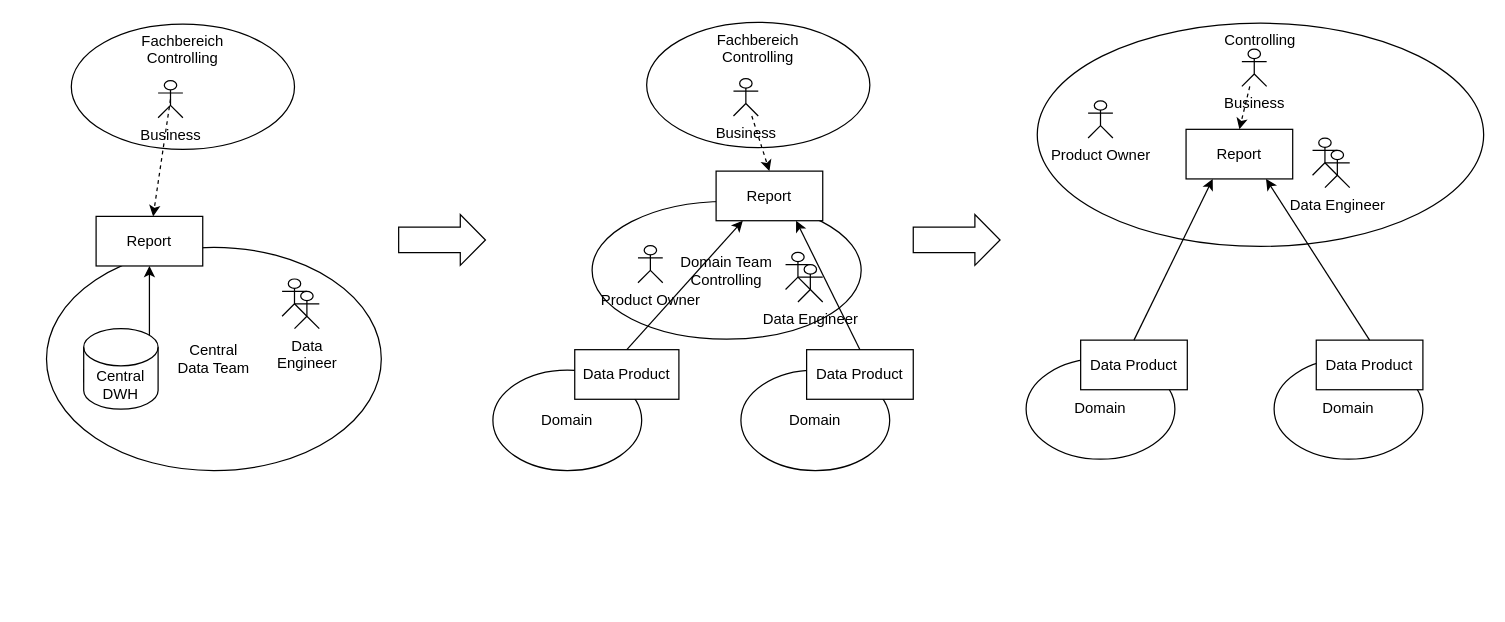
Above: diagrams/newdomainteam.drawio in datamesh-architecture/datamesh-architecture.com (draw.io), before the change. Source tidied: cells renumbered, new cells numbered last; positions are measured from the earlier drawing's top-left corner, leaving out a move shared by most shapes. Both pictures are drawn from the tidied source at 124%, with x=0, y=0 at pixel (46, 21).
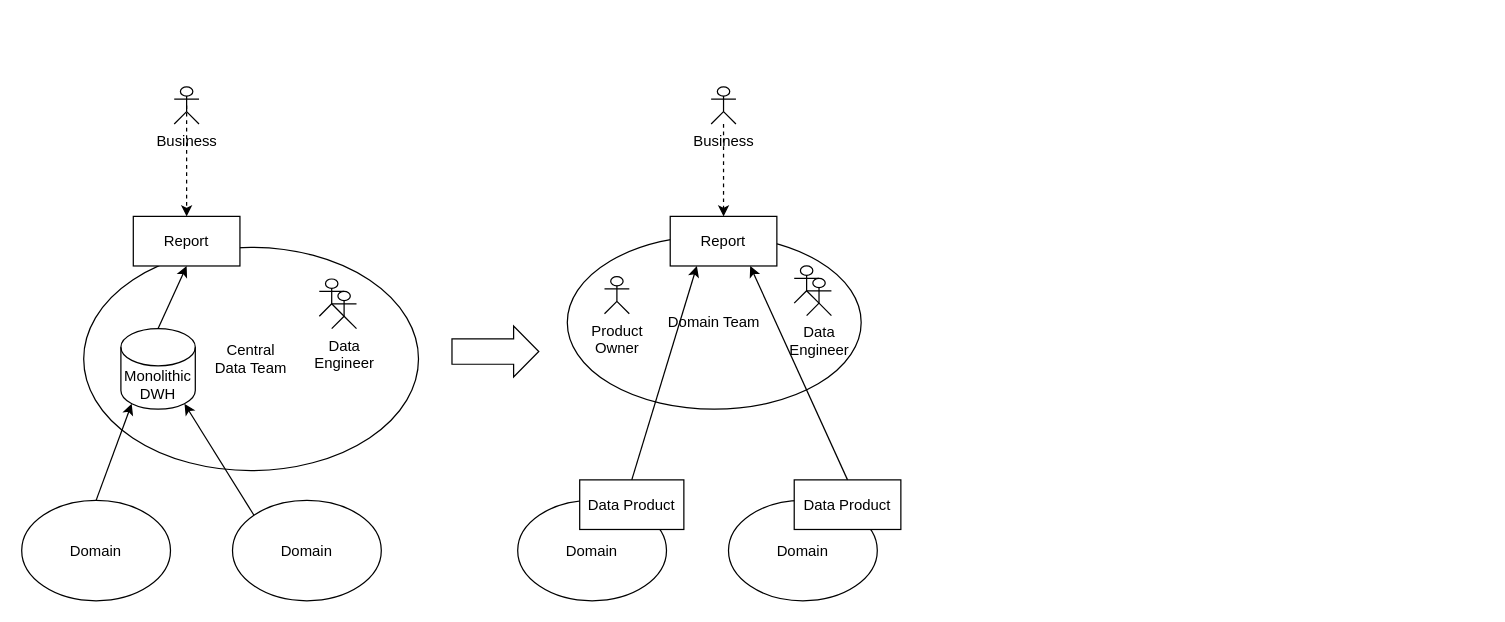
The same diagram, later.

Diff of the diagram source:
```diff
@@
-    <mxCell id="2" value="Fachbereich &lt;br&gt;Controlling" style="ellipse;whiteSpace=wrap;html=1;verticalAlign=top;" parent="1" vertex="1">
-      <mxGeometry x="484" y="0.5" width="180" height="101" as="geometry" />
-    </mxCell>
-    <mxCell id="3" value="Domain Team&lt;br&gt;Controlling" style="ellipse;whiteSpace=wrap;html=1;verticalAlign=middle;" parent="1" vertex="1">
-      <mxGeometry x="440" y="145" width="217" height="111" as="geometry" />
+    <mxCell id="3" value="Domain Team" style="ellipse;whiteSpace=wrap;html=1;verticalAlign=middle;" parent="1" vertex="1">
+      <mxGeometry x="420" y="172.5" width="237" height="140" as="geometry" />
     </mxCell>
     <mxCell id="4" value="Central &lt;br&gt;Data Team" style="ellipse;whiteSpace=wrap;html=1;" parent="1" vertex="1">
-      <mxGeometry y="182" width="270" height="180" as="geometry" />
+      <mxGeometry x="30" y="182" width="270" height="180" as="geometry" />
     </mxCell>
-    <mxCell id="5" value="Controlling" style="ellipse;whiteSpace=wrap;html=1;verticalAlign=top;" parent="1" vertex="1">
-      <mxGeometry x="799" y="1.2" width="360" height="180" as="geometry" />
-    </mxCell>
     <mxCell id="6" style="shape=singleArrow;whiteSpace=wrap;html=1;arrowWidth=0.5;arrowSize=0.29;" parent="1" vertex="1">
-      <mxGeometry x="284" y="155.5" width="70" height="41" as="geometry" />
+      <mxGeometry x="327" y="245.5" width="70" height="41" as="geometry" />
     </mxCell>
     <mxCell id="7" style="shape=umlActor;verticalLabelPosition=bottom;verticalAlign=top;html=1;" parent="1" vertex="1">
-      <mxGeometry x="190" y="207.5" width="20" height="30" as="geometry" />
+      <mxGeometry x="220" y="207.5" width="20" height="30" as="geometry" />
     </mxCell>
     <mxCell id="8" value="Data &lt;br&gt;Engineer" style="shape=umlActor;verticalLabelPosition=bottom;verticalAlign=top;html=1;" parent="1" vertex="1">
-      <mxGeometry x="200" y="217.5" width="20" height="30" as="geometry" />
+      <mxGeometry x="230" y="217.5" width="20" height="30" as="geometry" />
     </mxCell>
-    <mxCell id="9" value="Fachbereich &lt;br&gt;Controlling" style="ellipse;whiteSpace=wrap;html=1;verticalAlign=top;" parent="1" vertex="1">
-      <mxGeometry x="20" y="2" width="180" height="101" as="geometry" />
-    </mxCell>
-    <mxCell id="10" style="edgeStyle=orthogonalEdgeStyle;rounded=0;jettySize=auto;html=1;exitX=0;exitY=0.5;exitDx=0;exitDy=0;exitPerimeter=0;entryX=0.5;entryY=1;entryDx=0;entryDy=0;" parent="1" edge="1" source="13" target="11">
-      <mxGeometry relative="1" as="geometry">
-        <Array as="points">
-          <mxPoint x="83" y="290.5" />
-        </Array>
-      </mxGeometry>
+    <mxCell id="10" style="rounded=0;jettySize=auto;html=1;exitX=0.5;exitY=0;exitDx=0;exitDy=0;exitPerimeter=0;entryX=0.5;entryY=1;entryDx=0;entryDy=0;" parent="1" edge="1" source="13" target="11">
+      <mxGeometry relative="1" as="geometry" />
     </mxCell>
     <mxCell id="11" value="Report" style="rounded=0;whiteSpace=wrap;html=1;" parent="1" vertex="1">
-      <mxGeometry x="40" y="157" width="86" height="40" as="geometry" />
+      <mxGeometry x="70" y="157" width="86" height="40" as="geometry" />
     </mxCell>
@@
-    <mxCell id="13" value="Central DWH" style="shape=cylinder3;whiteSpace=wrap;html=1;boundedLbl=1;backgroundOutline=1;size=15;" parent="1" vertex="1">
-      <mxGeometry x="30" y="247.5" width="60" height="65" as="geometry" />
+    <mxCell id="13" value="Monolithic DWH" style="shape=cylinder3;whiteSpace=wrap;html=1;boundedLbl=1;backgroundOutline=1;size=15;" parent="1" vertex="1">
+      <mxGeometry x="60" y="247.5" width="60" height="65" as="geometry" />
     </mxCell>
-    <mxCell id="14" style="shape=umlActor;verticalLabelPosition=bottom;verticalAlign=top;html=1;" parent="1" vertex="1">
-      <mxGeometry x="1021" y="93.8" width="20" height="30" as="geometry" />
-    </mxCell>
-    <mxCell id="15" value="Data Engineer" style="shape=umlActor;verticalLabelPosition=bottom;verticalAlign=top;html=1;" parent="1" vertex="1">
-      <mxGeometry x="1031" y="103.8" width="20" height="30" as="geometry" />
-    </mxCell>
-    <mxCell id="16" value="Report" style="rounded=0;whiteSpace=wrap;html=1;" parent="1" vertex="1">
-      <mxGeometry x="919" y="86.8" width="86" height="40" as="geometry" />
-    </mxCell>
-    <mxCell id="17" value="Domain" style="ellipse;whiteSpace=wrap;html=1;" parent="1" vertex="1">
-      <mxGeometry x="790" y="271.8" width="120" height="81" as="geometry" />
-    </mxCell>
-    <mxCell id="18" value="Domain" style="ellipse;whiteSpace=wrap;html=1;" parent="1" vertex="1">
-      <mxGeometry x="990" y="271.8" width="120" height="81" as="geometry" />
-    </mxCell>
-    <mxCell id="19" value="Data Product" style="rounded=0;whiteSpace=wrap;html=1;" parent="1" vertex="1">
-      <mxGeometry x="834" y="256.8" width="86" height="40" as="geometry" />
-    </mxCell>
-    <mxCell id="20" value="Data Product" style="rounded=0;whiteSpace=wrap;html=1;" parent="1" vertex="1">
-      <mxGeometry x="1024" y="256.8" width="86" height="40" as="geometry" />
-    </mxCell>
-    <mxCell id="21" style="endArrow=classic;html=1;rounded=0;entryX=0.25;entryY=1;entryDx=0;entryDy=0;exitX=0.5;exitY=0;exitDx=0;exitDy=0;" parent="1" edge="1" source="19" target="16">
-      <mxGeometry relative="1" as="geometry" />
-    </mxCell>
-    <mxCell id="22" style="endArrow=classic;html=1;rounded=0;entryX=0.75;entryY=1;entryDx=0;entryDy=0;exitX=0.5;exitY=0;exitDx=0;exitDy=0;" parent="1" edge="1" source="20" target="16">
-      <mxGeometry relative="1" as="geometry" />
-    </mxCell>
     <mxCell id="23" value="Business" style="shape=umlActor;verticalLabelPosition=bottom;verticalAlign=top;html=1;outlineConnect=0;" parent="1" vertex="1">
-      <mxGeometry x="90" y="47.5" width="20" height="30" as="geometry" />
+      <mxGeometry x="103" y="52.5" width="20" height="30" as="geometry" />
     </mxCell>
-    <mxCell id="24" value="Business" style="shape=umlActor;verticalLabelPosition=bottom;verticalAlign=top;html=1;outlineConnect=0;" parent="1" vertex="1">
-      <mxGeometry x="964" y="22.2" width="20" height="30" as="geometry" />
-    </mxCell>
-    <mxCell id="25" style="endArrow=classic;html=1;rounded=0;dashed=1;entryX=0.5;entryY=0;entryDx=0;entryDy=0;" parent="1" edge="1" source="24" target="16">
-      <mxGeometry relative="1" as="geometry" />
-    </mxCell>
     <mxCell id="26" style="shape=umlActor;verticalLabelPosition=bottom;verticalAlign=top;html=1;" parent="1" vertex="1">
-      <mxGeometry x="596" y="186" width="20" height="30" as="geometry" />
+      <mxGeometry x="603" y="197" width="20" height="30" as="geometry" />
     </mxCell>
-    <mxCell id="27" value="Data Engineer" style="shape=umlActor;verticalLabelPosition=bottom;verticalAlign=top;html=1;" parent="1" vertex="1">
-      <mxGeometry x="606" y="196" width="20" height="30" as="geometry" />
+    <mxCell id="27" value="Data &lt;br&gt;Engineer" style="shape=umlActor;verticalLabelPosition=bottom;verticalAlign=top;html=1;" parent="1" vertex="1">
+      <mxGeometry x="613" y="207" width="20" height="30" as="geometry" />
     </mxCell>
     <mxCell id="28" value="Domain" style="ellipse;whiteSpace=wrap;html=1;" parent="1" vertex="1">
-      <mxGeometry x="360" y="281" width="120" height="81" as="geometry" />
+      <mxGeometry x="380" y="386" width="120" height="81" as="geometry" />
     </mxCell>
     <mxCell id="29" value="Domain" style="ellipse;whiteSpace=wrap;html=1;" parent="1" vertex="1">
-      <mxGeometry x="560" y="281" width="120" height="81" as="geometry" />
+      <mxGeometry x="550" y="386" width="120" height="81" as="geometry" />
     </mxCell>
     <mxCell id="30" value="Data Product" style="rounded=0;whiteSpace=wrap;html=1;" parent="1" vertex="1">
-      <mxGeometry x="426" y="264.5" width="84" height="40" as="geometry" />
+      <mxGeometry x="430" y="369.5" width="84" height="40" as="geometry" />
     </mxCell>
     <mxCell id="31" value="Data Product" style="rounded=0;whiteSpace=wrap;html=1;" parent="1" vertex="1">
-      <mxGeometry x="613" y="264.5" width="86" height="40" as="geometry" />
+      <mxGeometry x="603" y="369.5" width="86" height="40" as="geometry" />
     </mxCell>
@@
     <mxCell id="35" value="Business" style="shape=umlActor;verticalLabelPosition=bottom;verticalAlign=top;html=1;outlineConnect=0;" parent="1" vertex="1">
-      <mxGeometry x="554" y="46" width="20" height="30" as="geometry" />
+      <mxGeometry x="536" y="52.5" width="20" height="30" as="geometry" />
     </mxCell>
     <mxCell id="36" value="Report" style="rounded=0;whiteSpace=wrap;html=1;" parent="1" vertex="1">
-      <mxGeometry x="540" y="120.5" width="86" height="40" as="geometry" />
+      <mxGeometry x="503" y="157" width="86" height="40" as="geometry" />
     </mxCell>
-    <mxCell id="37" value="Product Owner" style="shape=umlActor;verticalLabelPosition=bottom;verticalAlign=top;html=1;" parent="1" vertex="1">
-      <mxGeometry x="477" y="180.5" width="20" height="30" as="geometry" />
+    <mxCell id="37" value="Product &lt;br&gt;Owner" style="shape=umlActor;verticalLabelPosition=bottom;verticalAlign=top;html=1;" parent="1" vertex="1">
+      <mxGeometry x="450" y="205.5" width="20" height="30" as="geometry" />
     </mxCell>
-    <mxCell id="38" style="shape=singleArrow;whiteSpace=wrap;html=1;arrowWidth=0.5;arrowSize=0.29;" parent="1" vertex="1">
-      <mxGeometry x="699" y="155.5" width="70" height="41" as="geometry" />
-    </mxCell>
-    <mxCell id="39" value="Product Owner" style="shape=umlActor;verticalLabelPosition=bottom;verticalAlign=top;html=1;outlineConnect=0;" parent="1" vertex="1">
-      <mxGeometry x="840" y="63.8" width="20" height="30" as="geometry" />
+    <mxCell id="39" value="Domain" style="ellipse;whiteSpace=wrap;html=1;" parent="1" vertex="1">
+      <mxGeometry x="-20" y="386" width="120" height="81" as="geometry" />
     </mxCell>
+    <mxCell id="40" value="Domain" style="ellipse;whiteSpace=wrap;html=1;" parent="1" vertex="1">
+      <mxGeometry x="150" y="386" width="120" height="81" as="geometry" />
+    </mxCell>
+    <mxCell id="41" style="rounded=0;jettySize=auto;html=1;exitX=0.5;exitY=0;exitDx=0;exitDy=0;entryX=0.145;entryY=1;entryDx=0;entryDy=-4.35;entryPerimeter=0;" parent="1" edge="1" source="39" target="13">
+      <mxGeometry relative="1" as="geometry" />
+    </mxCell>
+    <mxCell id="42" style="rounded=0;jettySize=auto;html=1;exitX=0;exitY=0;exitDx=0;exitDy=0;entryX=0.855;entryY=1;entryDx=0;entryDy=-4.35;entryPerimeter=0;" parent="1" edge="1" source="40" target="13">
+      <mxGeometry relative="1" as="geometry" />
+    </mxCell>
```
